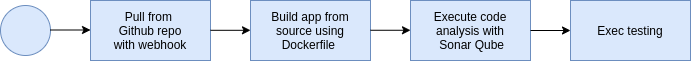
Earlier version of the draw.io export images/process-flow.png (albertoefguerrero/albertoefguerrero.github.io). Source tidied: cells renumbered, new cells last; positions are measured from the earlier drawing's top-left corner, leaving out a move shared by most shapes.
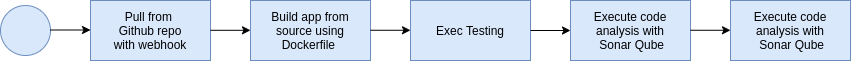
After the change.

The edit, as a diff of the source:
```diff
@@ -29,14 +29,23 @@
         <mxPoint x="410" y="29.8" as="targetPoint" />
       </mxGeometry>
     </mxCell>
-    <mxCell id="8" value="Execute code analysis with&lt;br&gt;&amp;nbsp;Sonar Qube" style="rounded=0;whiteSpace=wrap;html=1;fillColor=#dae8fc;strokeColor=#6c8ebf;" parent="1" vertex="1">
+    <mxCell id="8" value="Exec Testing" style="rounded=0;whiteSpace=wrap;html=1;fillColor=#dae8fc;strokeColor=#6c8ebf;" parent="1" vertex="1">
       <mxGeometry x="410" width="120" height="60" as="geometry" />
     </mxCell>
-    <mxCell id="9" value="Exec testing" style="rounded=0;whiteSpace=wrap;html=1;fillColor=#dae8fc;strokeColor=#6c8ebf;" parent="1" vertex="1">
+    <mxCell id="9" value="Execute code analysis with&lt;br&gt;&amp;nbsp;Sonar Qube" style="rounded=0;whiteSpace=wrap;html=1;fillColor=#dae8fc;strokeColor=#6c8ebf;" parent="1" vertex="1">
       <mxGeometry x="570" width="120" height="60" as="geometry" />
     </mxCell>
     <mxCell id="10" style="endArrow=classic;html=1;exitX=1;exitY=0.5;exitDx=0;exitDy=0;entryX=0;entryY=0.5;entryDx=0;entryDy=0;" parent="1" edge="1" source="8" target="9">
       <mxGeometry relative="1" as="geometry" />
     </mxCell>
+    <mxCell id="11" style="endArrow=classic;html=1;exitX=1;exitY=0.5;exitDx=0;exitDy=0;entryX=0;entryY=0.5;entryDx=0;entryDy=0;" parent="1" edge="1">
+      <mxGeometry relative="1" as="geometry">
+        <mxPoint x="690" y="29.8" as="sourcePoint" />
+        <mxPoint x="730" y="29.8" as="targetPoint" />
+      </mxGeometry>
+    </mxCell>
+    <mxCell id="12" value="Execute code analysis with&lt;br&gt;&amp;nbsp;Sonar Qube" style="rounded=0;whiteSpace=wrap;html=1;fillColor=#dae8fc;strokeColor=#6c8ebf;" parent="1" vertex="1">
+      <mxGeometry x="730" width="120" height="60" as="geometry" />
+    </mxCell>
   </root>
 </mxGraphModel>
```
